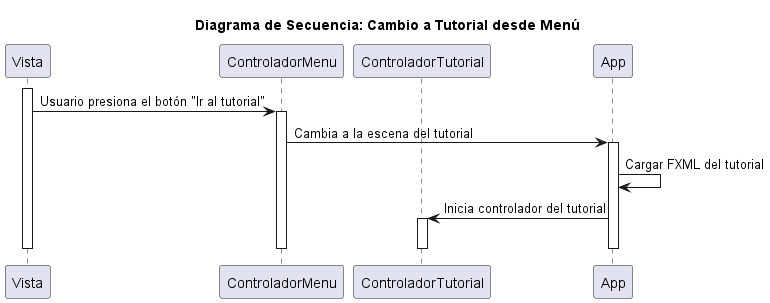
FelipeAscencio/TP1_ParadigmasDeLaProgramacion keeps this PlantUML diagram as doc/diagrama de secuencia menu a tutorial.png. Above is the earlier version. Its diagram source:
```plantuml
@startuml

title Diagrama de Secuencia: Cambio a Tutorial desde Menú

participant Vista
participant ControladorMenu
participant ControladorTutorial
participant App

activate Vista
Vista -> ControladorMenu: Usuario presiona el botón "Ir al tutorial"
activate ControladorMenu
ControladorMenu -> App: Cambia a la escena del tutorial
activate App
App -> App: Cargar FXML del tutorial
App -> ControladorTutorial: Inicia controlador del tutorial
activate ControladorTutorial
deactivate App
deactivate ControladorTutorial
deactivate ControladorMenu
deactivate Vista

@enduml
```
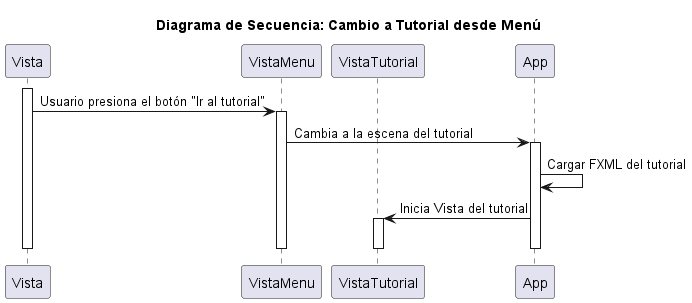
Later version of the same file.

Commit message:
Cambio de nombres de "Controladores" a "Vista" 1/2

The edit, as a diff of the source:
```diff
@@ -3,21 +3,21 @@
 title Diagrama de Secuencia: Cambio a Tutorial desde Menú
 
 participant Vista
-participant ControladorMenu
-participant ControladorTutorial
+participant VistaMenu
+participant VistaTutorial
 participant App
 
 activate Vista
-Vista -> ControladorMenu: Usuario presiona el botón "Ir al tutorial"
-activate ControladorMenu
-ControladorMenu -> App: Cambia a la escena del tutorial
+Vista -> VistaMenu: Usuario presiona el botón "Ir al tutorial"
+activate VistaMenu
+VistaMenu -> App: Cambia a la escena del tutorial
 activate App
 App -> App: Cargar FXML del tutorial
-App -> ControladorTutorial: Inicia controlador del tutorial
-activate ControladorTutorial
+App -> VistaTutorial: Inicia Vista del tutorial
+activate VistaTutorial
 deactivate App
-deactivate ControladorTutorial
-deactivate ControladorMenu
+deactivate VistaTutorial
+deactivate VistaMenu
 deactivate Vista
 
 @enduml
```
